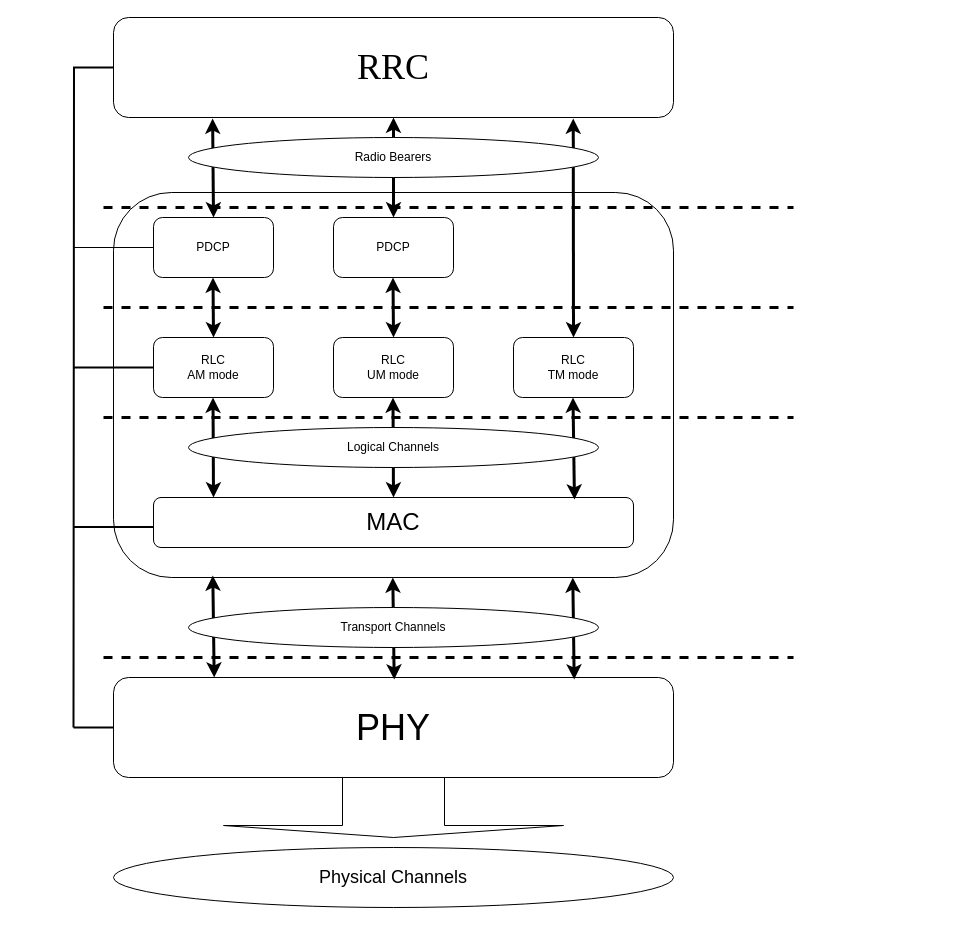
Earlier version of the draw.io diagram eNB_Protocol.drawio (Dylan0407/NewRepo). Source tidied: cells renumbered, new cells numbered last; positions are measured from the earlier drawing's top-left corner, leaving out a move shared by most shapes. Both pictures are drawn from the tidied source at 100%, with x=0, y=0 at pixel (73, 17).
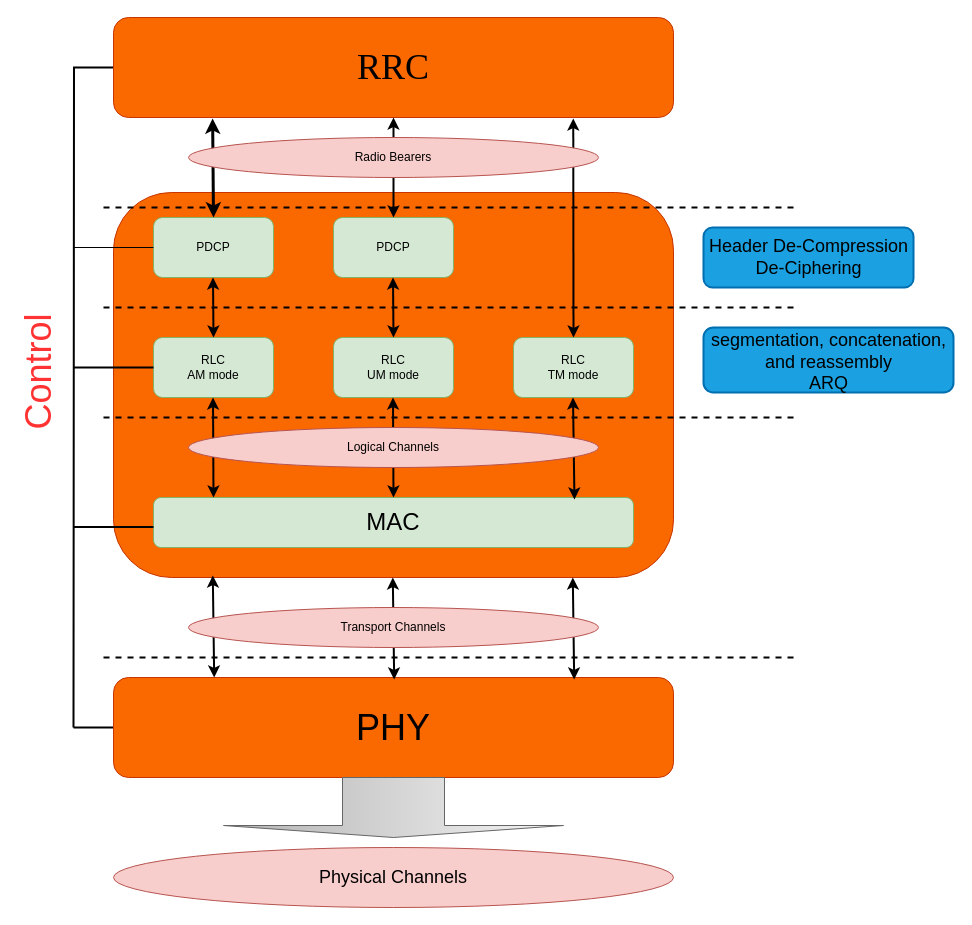
Above is the later version.

The edit, as a diff of the source:
```diff
@@
+    <mxCell id="36" style="rounded=1;whiteSpace=wrap;html=1;shadow=0;strokeColor=#006EAF;strokeWidth=2;fillColor=#1ba1e2;fontColor=#ffffff;" parent="1" vertex="1">
+      <mxGeometry x="630" y="310" width="250" height="65" as="geometry" />
+    </mxCell>
+    <mxCell id="37" style="rounded=1;whiteSpace=wrap;html=1;shadow=0;strokeColor=#006EAF;strokeWidth=2;fillColor=#1ba1e2;fontColor=#ffffff;" parent="1" vertex="1">
+      <mxGeometry x="630" y="210" width="210" height="60" as="geometry" />
+    </mxCell>
-    <mxCell id="2" style="rounded=1;whiteSpace=wrap;html=1;shadow=0;" parent="1" vertex="1">
+    <mxCell id="2" style="rounded=1;whiteSpace=wrap;html=1;shadow=0;fillColor=#fa6800;strokeColor=#C73500;fontColor=#000000;" parent="1" vertex="1">
       <mxGeometry x="40" y="175" width="560" height="385" as="geometry" />
     </mxCell>
-    <mxCell id="3" value="PDCP" style="rounded=1;whiteSpace=wrap;html=1;" parent="1" vertex="1">
+    <mxCell id="3" value="PDCP" style="rounded=1;whiteSpace=wrap;html=1;fillColor=#d5e8d4;strokeColor=#82b366;" parent="1" vertex="1">
       <mxGeometry x="80" y="200" width="120" height="60" as="geometry" />
     </mxCell>
@@
-    <mxCell id="5" value="&lt;font style=&quot;font-size: 36px&quot;&gt;PHY&lt;/font&gt;" style="rounded=1;whiteSpace=wrap;html=1;" parent="1" vertex="1">
+    <mxCell id="5" value="&lt;font style=&quot;font-size: 36px&quot;&gt;PHY&lt;/font&gt;" style="rounded=1;whiteSpace=wrap;html=1;fillColor=#fa6800;strokeColor=#C73500;fontColor=#000000;" parent="1" vertex="1">
       <mxGeometry x="40" y="660" width="560" height="100" as="geometry" />
     </mxCell>
-    <mxCell id="6" value="PDCP" style="rounded=1;whiteSpace=wrap;html=1;" parent="1" vertex="1">
+    <mxCell id="6" value="PDCP" style="rounded=1;whiteSpace=wrap;html=1;fillColor=#d5e8d4;strokeColor=#82b366;" parent="1" vertex="1">
       <mxGeometry x="260" y="200" width="120" height="60" as="geometry" />
     </mxCell>
-    <mxCell id="7" value="RLC&lt;br&gt;AM mode" style="rounded=1;whiteSpace=wrap;html=1;" parent="1" vertex="1">
+    <mxCell id="7" value="RLC&lt;br&gt;AM mode" style="rounded=1;whiteSpace=wrap;html=1;fillColor=#d5e8d4;strokeColor=#82b366;" parent="1" vertex="1">
       <mxGeometry x="80" y="320" width="120" height="60" as="geometry" />
     </mxCell>
-    <mxCell id="8" value="RLC&lt;br&gt;UM mode" style="rounded=1;whiteSpace=wrap;html=1;" parent="1" vertex="1">
+    <mxCell id="8" value="RLC&lt;br&gt;UM mode" style="rounded=1;whiteSpace=wrap;html=1;fillColor=#d5e8d4;strokeColor=#82b366;" parent="1" vertex="1">
       <mxGeometry x="260" y="320" width="120" height="60" as="geometry" />
     </mxCell>
-    <mxCell id="9" value="RLC&lt;br&gt;TM mode" style="rounded=1;whiteSpace=wrap;html=1;" parent="1" vertex="1">
+    <mxCell id="9" value="RLC&lt;br&gt;TM mode" style="rounded=1;whiteSpace=wrap;html=1;fillColor=#d5e8d4;strokeColor=#82b366;" parent="1" vertex="1">
       <mxGeometry x="440" y="320" width="120" height="60" as="geometry" />
     </mxCell>
@@
-    <mxCell id="11" value="&lt;font face=&quot;Times New Roman&quot; style=&quot;font-size: 36px&quot;&gt;RRC&lt;/font&gt;" style="rounded=1;whiteSpace=wrap;html=1;" parent="1" vertex="1">
+    <mxCell id="11" value="&lt;font face=&quot;Times New Roman&quot; style=&quot;font-size: 36px&quot;&gt;RRC&lt;/font&gt;" style="rounded=1;whiteSpace=wrap;html=1;fillColor=#fa6800;strokeColor=#C73500;fontColor=#000000;" parent="1" vertex="1">
       <mxGeometry x="40" width="560" height="100" as="geometry" />
     </mxCell>
-    <mxCell id="12" style="endArrow=classic;startArrow=classic;html=1;exitX=0.5;exitY=0;exitDx=0;exitDy=0;strokeWidth=3;entryX=0.821;entryY=1.01;entryDx=0;entryDy=0;entryPerimeter=0;" parent="1" edge="1" source="9" target="11">
+    <mxCell id="12" style="endArrow=classic;startArrow=classic;html=1;exitX=0.5;exitY=0;exitDx=0;exitDy=0;strokeWidth=2;entryX=0.821;entryY=1.01;entryDx=0;entryDy=0;entryPerimeter=0;" parent="1" edge="1" source="9" target="11">
       <mxGeometry relative="1" as="geometry" />
     </mxCell>
-    <mxCell id="13" style="endArrow=classic;startArrow=classic;html=1;strokeWidth=3;" parent="1" edge="1">
+    <mxCell id="13" style="endArrow=classic;startArrow=classic;html=1;strokeWidth=2;" parent="1" edge="1">
       <mxGeometry relative="1" as="geometry">
         <mxPoint x="320" y="200" as="sourcePoint" />
         <mxPoint x="320" y="100" as="targetPoint" />
       </mxGeometry>
     </mxCell>
@@
-    <mxCell id="15" style="endArrow=classic;startArrow=classic;html=1;entryX=0.75;entryY=1;entryDx=0;entryDy=0;strokeWidth=3;" parent="1" edge="1">
+    <mxCell id="15" style="endArrow=classic;startArrow=classic;html=1;entryX=0.75;entryY=1;entryDx=0;entryDy=0;strokeWidth=2;" parent="1" edge="1">
       <mxGeometry relative="1" as="geometry">
         <mxPoint x="140" y="320" as="sourcePoint" />
         <mxPoint x="139.5" y="260" as="targetPoint" />
       </mxGeometry>
     </mxCell>
-    <mxCell id="16" style="endArrow=classic;startArrow=classic;html=1;entryX=0.75;entryY=1;entryDx=0;entryDy=0;strokeWidth=3;" parent="1" edge="1">
+    <mxCell id="16" style="endArrow=classic;startArrow=classic;html=1;entryX=0.75;entryY=1;entryDx=0;entryDy=0;strokeWidth=2;" parent="1" edge="1">
       <mxGeometry relative="1" as="geometry">
         <mxPoint x="320" y="320" as="sourcePoint" />
         <mxPoint x="319.5" y="260" as="targetPoint" />
       </mxGeometry>
     </mxCell>
-    <mxCell id="17" value="&lt;font style=&quot;font-size: 24px&quot;&gt;MAC&lt;/font&gt;" style="rounded=1;whiteSpace=wrap;html=1;" parent="1" vertex="1">
+    <mxCell id="17" value="&lt;font style=&quot;font-size: 24px&quot;&gt;MAC&lt;/font&gt;" style="rounded=1;whiteSpace=wrap;html=1;fillColor=#d5e8d4;strokeColor=#82b366;" parent="1" vertex="1">
       <mxGeometry x="80" y="480" width="480" height="50" as="geometry" />
     </mxCell>
-    <mxCell id="18" style="endArrow=classic;startArrow=classic;html=1;entryX=0.496;entryY=1;entryDx=0;entryDy=0;strokeWidth=3;entryPerimeter=0;" parent="1" edge="1" target="7">
+    <mxCell id="18" style="endArrow=classic;startArrow=classic;html=1;entryX=0.496;entryY=1;entryDx=0;entryDy=0;strokeWidth=2;entryPerimeter=0;" parent="1" edge="1" target="7">
       <mxGeometry relative="1" as="geometry">
         <mxPoint x="140" y="480" as="sourcePoint" />
       </mxGeometry>
     </mxCell>
-    <mxCell id="19" style="endArrow=classic;startArrow=classic;html=1;entryX=0.75;entryY=1;entryDx=0;entryDy=0;strokeWidth=3;exitX=0.5;exitY=0;exitDx=0;exitDy=0;" parent="1" edge="1" source="17">
+    <mxCell id="19" style="endArrow=classic;startArrow=classic;html=1;entryX=0.75;entryY=1;entryDx=0;entryDy=0;strokeWidth=2;exitX=0.5;exitY=0;exitDx=0;exitDy=0;" parent="1" edge="1" source="17">
       <mxGeometry relative="1" as="geometry">
         <mxPoint x="319.5" y="380" as="targetPoint" />
       </mxGeometry>
     </mxCell>
-    <mxCell id="20" style="endArrow=classic;startArrow=classic;html=1;entryX=0.75;entryY=1;entryDx=0;entryDy=0;strokeWidth=3;exitX=0.877;exitY=0.04;exitDx=0;exitDy=0;exitPerimeter=0;" parent="1" edge="1" source="17">
+    <mxCell id="20" style="endArrow=classic;startArrow=classic;html=1;entryX=0.75;entryY=1;entryDx=0;entryDy=0;strokeWidth=2;exitX=0.877;exitY=0.04;exitDx=0;exitDy=0;exitPerimeter=0;" parent="1" edge="1" source="17">
       <mxGeometry relative="1" as="geometry">
         <mxPoint x="499.5" y="380" as="targetPoint" />
       </mxGeometry>
     </mxCell>
-    <mxCell id="21" value="Logical Channels" style="ellipse;whiteSpace=wrap;html=1;shadow=0;" parent="1" vertex="1">
+    <mxCell id="21" value="Logical Channels" style="ellipse;whiteSpace=wrap;html=1;shadow=0;fillColor=#f8cecc;strokeColor=#b85450;" parent="1" vertex="1">
       <mxGeometry x="115" y="410" width="410" height="40" as="geometry" />
     </mxCell>
-    <mxCell id="22" style="endArrow=classic;startArrow=classic;html=1;entryX=0.75;entryY=1;entryDx=0;entryDy=0;strokeWidth=3;exitX=0.877;exitY=0.04;exitDx=0;exitDy=0;exitPerimeter=0;" parent="1" edge="1">
+    <mxCell id="22" style="endArrow=classic;startArrow=classic;html=1;entryX=0.75;entryY=1;entryDx=0;entryDy=0;strokeWidth=2;exitX=0.877;exitY=0.04;exitDx=0;exitDy=0;exitPerimeter=0;" parent="1" edge="1">
       <mxGeometry relative="1" as="geometry">
         <mxPoint x="500.7" y="662" as="sourcePoint" />
         <mxPoint x="499.3" y="560" as="targetPoint" />
       </mxGeometry>
     </mxCell>
-    <mxCell id="23" style="endArrow=classic;startArrow=classic;html=1;entryX=0.75;entryY=1;entryDx=0;entryDy=0;strokeWidth=3;exitX=0.877;exitY=0.04;exitDx=0;exitDy=0;exitPerimeter=0;" parent="1" edge="1">
+    <mxCell id="23" style="endArrow=classic;startArrow=classic;html=1;entryX=0.75;entryY=1;entryDx=0;entryDy=0;strokeWidth=2;exitX=0.877;exitY=0.04;exitDx=0;exitDy=0;exitPerimeter=0;" parent="1" edge="1">
       <mxGeometry relative="1" as="geometry">
         <mxPoint x="320.7" y="662" as="sourcePoint" />
         <mxPoint x="319.3" y="560" as="targetPoint" />
       </mxGeometry>
     </mxCell>
-    <mxCell id="24" style="endArrow=classic;startArrow=classic;html=1;entryX=0.75;entryY=1;entryDx=0;entryDy=0;strokeWidth=3;exitX=0.877;exitY=0.04;exitDx=0;exitDy=0;exitPerimeter=0;" parent="1" edge="1">
+    <mxCell id="24" style="endArrow=classic;startArrow=classic;html=1;entryX=0.75;entryY=1;entryDx=0;entryDy=0;strokeWidth=2;exitX=0.877;exitY=0.04;exitDx=0;exitDy=0;exitPerimeter=0;" parent="1" edge="1">
       <mxGeometry relative="1" as="geometry">
         <mxPoint x="140.7" y="660" as="sourcePoint" />
         <mxPoint x="139.3" y="558" as="targetPoint" />
       </mxGeometry>
     </mxCell>
-    <mxCell id="25" value="Transport Channels" style="ellipse;whiteSpace=wrap;html=1;shadow=0;" parent="1" vertex="1">
+    <mxCell id="25" value="Transport Channels" style="ellipse;whiteSpace=wrap;html=1;shadow=0;fillColor=#f8cecc;strokeColor=#b85450;" parent="1" vertex="1">
       <mxGeometry x="115" y="590" width="410" height="40" as="geometry" />
     </mxCell>
-    <mxCell id="26" style="endArrow=none;dashed=1;html=1;strokeWidth=3;" parent="1" edge="1">
+    <mxCell id="26" style="endArrow=none;dashed=1;html=1;strokeWidth=2;" parent="1" edge="1">
       <mxGeometry relative="1" as="geometry">
         <mxPoint x="30" y="190" as="sourcePoint" />
         <mxPoint x="720" y="190" as="targetPoint" />
       </mxGeometry>
     </mxCell>
-    <mxCell id="27" style="endArrow=none;dashed=1;html=1;strokeWidth=3;" parent="1" edge="1">
+    <mxCell id="27" style="endArrow=none;dashed=1;html=1;strokeWidth=2;" parent="1" edge="1">
       <mxGeometry relative="1" as="geometry">
         <mxPoint x="30" y="290" as="sourcePoint" />
         <mxPoint x="720" y="290" as="targetPoint" />
       </mxGeometry>
     </mxCell>
-    <mxCell id="28" style="endArrow=none;dashed=1;html=1;strokeWidth=3;" parent="1" edge="1">
+    <mxCell id="28" style="endArrow=none;dashed=1;html=1;strokeWidth=2;" parent="1" edge="1">
       <mxGeometry relative="1" as="geometry">
         <mxPoint x="30" y="400" as="sourcePoint" />
         <mxPoint x="720" y="400" as="targetPoint" />
       </mxGeometry>
     </mxCell>
-    <mxCell id="29" style="endArrow=none;dashed=1;html=1;strokeWidth=3;" parent="1" edge="1">
+    <mxCell id="29" style="endArrow=none;dashed=1;html=1;strokeWidth=2;" parent="1" edge="1">
       <mxGeometry relative="1" as="geometry">
         <mxPoint x="30" y="640" as="sourcePoint" />
         <mxPoint x="720" y="640" as="targetPoint" />
       </mxGeometry>
     </mxCell>
-    <mxCell id="30" style="shape=singleArrow;direction=south;whiteSpace=wrap;html=1;shadow=0;" parent="1" vertex="1">
+    <mxCell id="30" style="shape=singleArrow;direction=south;whiteSpace=wrap;html=1;shadow=0;gradientColor=#b3b3b3;fillColor=#f5f5f5;strokeColor=#666666;" parent="1" vertex="1">
       <mxGeometry x="150" y="760" width="340" height="60" as="geometry" />
     </mxCell>
-    <mxCell id="31" value="&lt;font style=&quot;font-size: 18px&quot;&gt;Physical Channels&lt;/font&gt;" style="ellipse;whiteSpace=wrap;html=1;shadow=0;" parent="1" vertex="1">
+    <mxCell id="31" value="&lt;font style=&quot;font-size: 18px&quot;&gt;Physical Channels&lt;/font&gt;" style="ellipse;whiteSpace=wrap;html=1;shadow=0;fillColor=#f8cecc;strokeColor=#b85450;" parent="1" vertex="1">
       <mxGeometry x="40" y="830" width="560" height="60" as="geometry" />
     </mxCell>
-    <mxCell id="32" value="Radio Bearers" style="ellipse;whiteSpace=wrap;html=1;shadow=0;" parent="1" vertex="1">
+    <mxCell id="32" value="Radio Bearers" style="ellipse;whiteSpace=wrap;html=1;shadow=0;fillColor=#f8cecc;strokeColor=#b85450;" parent="1" vertex="1">
       <mxGeometry x="115" y="120" width="410" height="40" as="geometry" />
     </mxCell>
@@
+    <mxCell id="38" value="&lt;font style=&quot;font-size: 36px&quot; color=&quot;#ff3333&quot;&gt;Control&lt;/font&gt;" style="text;html=1;align=center;verticalAlign=middle;strokeColor=none;rotation=270;" parent="1" vertex="1">
+      <mxGeometry x="-100" y="340" width="130" height="30" as="geometry" />
+    </mxCell>
+    <mxCell id="39" value="&lt;font style=&quot;font-size: 18px&quot;&gt;Header De-Compression&lt;br&gt;De-Ciphering&lt;/font&gt;" style="text;html=1;align=center;verticalAlign=middle;strokeColor=none;" parent="1" vertex="1">
+      <mxGeometry x="630" y="220" width="210" height="40" as="geometry" />
+    </mxCell>
+    <mxCell id="40" value="&lt;font style=&quot;font-size: 18px&quot;&gt;segmentation, concatenation, &lt;br&gt;and reassembly&lt;br&gt;ARQ&lt;/font&gt;" style="text;html=1;align=center;verticalAlign=middle;strokeColor=none;" parent="1" vertex="1">
+      <mxGeometry x="630" y="320" width="250" height="50" as="geometry" />
+    </mxCell>
```
